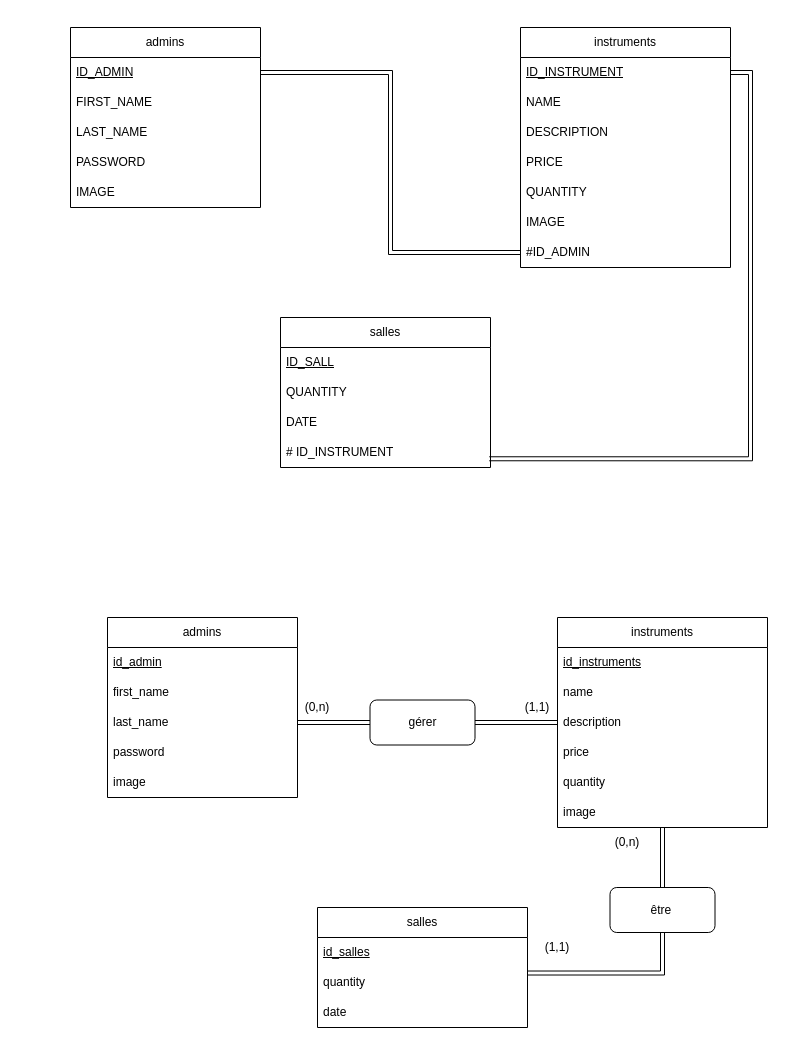
The draw.io diagram merise.drawio in ELKABLI-AMINA/music-instruments, before the edit. Source tidied: cells renumbered, new cells numbered last; positions are measured from the earlier drawing's top-left corner, leaving out a move shared by most shapes. Both pictures are drawn from the tidied source at 100%, with x=0, y=0 at pixel (70, 27).
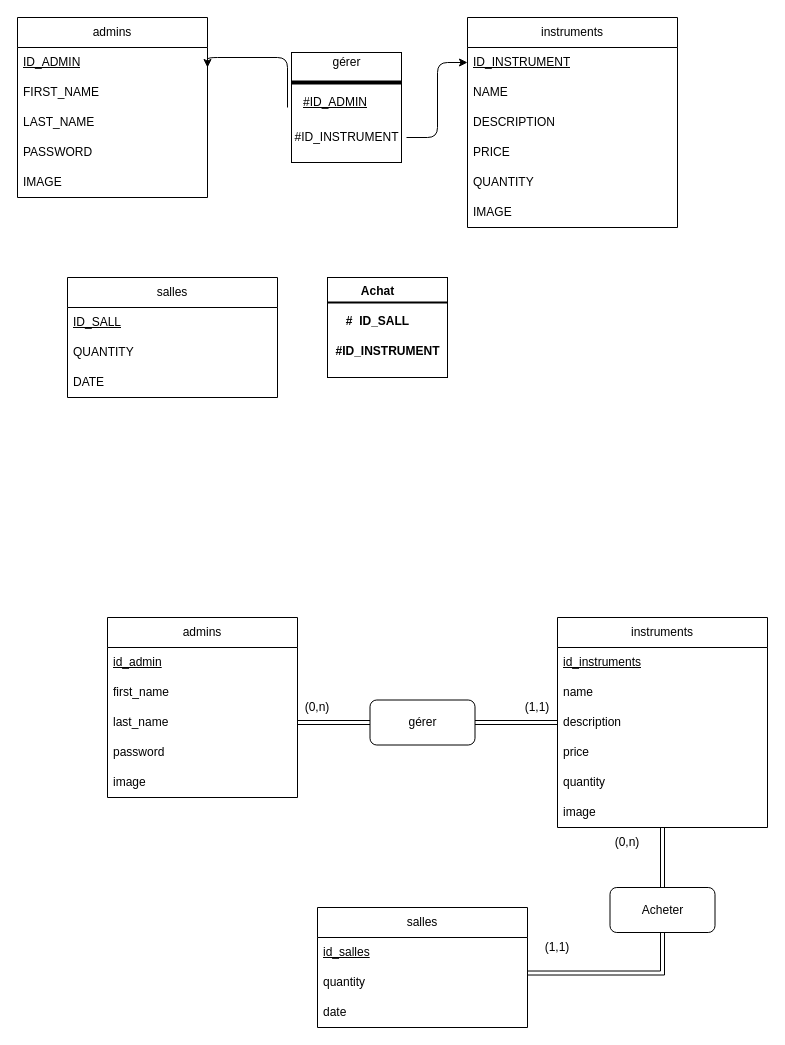
After the change.

Unchanged cells that the change refers to:
```xml
<mxCell id="2" style="group;" parent="1" vertex="1">
  <mxGeometry x="37" y="590" width="660" height="410" as="geometry" />
</mxCell>
<mxCell id="37" value="&lt;u&gt;ID_INSTRUMENT&lt;/u&gt;" style="text;strokeColor=none;fillColor=none;align=left;verticalAlign=middle;spacingLeft=4;spacingRight=4;overflow=hidden;points=[[0,0.5],[1,0.5]];portConstraint=eastwest;whiteSpace=wrap;html=1;" parent="36" vertex="1">
  <mxGeometry y="30" width="210" height="30" as="geometry" />
</mxCell>
<mxCell id="45" value="&lt;span style=&quot;text-align: center;&quot;&gt;&lt;u&gt;ID_ADMIN&lt;/u&gt;&lt;/span&gt;" style="text;strokeColor=none;fillColor=none;align=left;verticalAlign=middle;spacingLeft=4;spacingRight=4;overflow=hidden;points=[[0,0.5],[1,0.5]];portConstraint=eastwest;whiteSpace=wrap;html=1;" parent="44" vertex="1">
  <mxGeometry y="30" width="190" height="30" as="geometry" />
</mxCell>
```

The edit, as a diff of the source:
```diff
@@
-    <mxCell id="24" value="être&amp;nbsp;" style="rounded=1;whiteSpace=wrap;html=1;" parent="2" vertex="1">
+    <mxCell id="24" value="Acheter" style="rounded=1;whiteSpace=wrap;html=1;" parent="2" vertex="1">
       <mxGeometry x="502.5" y="270" width="105" height="45" as="geometry" />
     </mxCell>
@@
     <mxCell id="29" style="group;" parent="1" vertex="1">
-      <mxGeometry width="660" height="410" as="geometry" />
+      <mxGeometry x="-53" y="-10" width="660" height="410" as="geometry" />
     </mxCell>
     <mxCell id="30" value="salles" style="swimlane;fontStyle=0;horizontal=1;startSize=30;whiteSpace=wrap;html=1;" parent="29" vertex="1">
-      <mxGeometry x="210" y="290" width="210" height="150" as="geometry" />
+      <mxGeometry x="50" y="260" width="210" height="120" as="geometry" />
     </mxCell>
@@
-    <mxCell id="34" value="# ID_INSTRUMENT" style="text;strokeColor=none;fillColor=none;align=left;verticalAlign=middle;spacingLeft=4;spacingRight=4;overflow=hidden;points=[[0,0.5],[1,0.5]];portConstraint=eastwest;whiteSpace=wrap;html=1;" parent="30" vertex="1">
-      <mxGeometry y="120" width="210" height="30" as="geometry" />
-    </mxCell>
-    <mxCell id="35" style="edgeStyle=orthogonalEdgeStyle;shape=link;rounded=0;jettySize=auto;html=1;exitX=1;exitY=0.5;exitDx=0;exitDy=0;entryX=0.994;entryY=0.709;entryDx=0;entryDy=0;entryPerimeter=0;" parent="29" edge="1" source="37" target="34">
-      <mxGeometry relative="1" as="geometry" />
-    </mxCell>
     <mxCell id="36" value="instruments" style="swimlane;fontStyle=0;horizontal=1;startSize=30;whiteSpace=wrap;html=1;" parent="29" vertex="1">
-      <mxGeometry x="450" width="210" height="240" as="geometry" />
+      <mxGeometry x="450" width="210" height="210" as="geometry" />
     </mxCell>
@@
-    <mxCell id="43" value="&lt;span style=&quot;text-align: center;&quot;&gt;#ID_ADMIN&lt;/span&gt;" style="text;strokeColor=none;fillColor=none;align=left;verticalAlign=middle;spacingLeft=4;spacingRight=4;overflow=hidden;points=[[0,0.5],[1,0.5]];portConstraint=eastwest;whiteSpace=wrap;html=1;" parent="36" vertex="1">
-      <mxGeometry y="210" width="210" height="30" as="geometry" />
-    </mxCell>
@@
-    <mxCell id="50" style="edgeStyle=orthogonalEdgeStyle;shape=link;rounded=0;jettySize=auto;html=1;entryX=0;entryY=0.5;entryDx=0;entryDy=0;" parent="29" edge="1" source="45" target="43">
-      <mxGeometry relative="1" as="geometry" />
-    </mxCell>
+    <mxCell id="51" style="whiteSpace=wrap;html=1;" parent="29" vertex="1">
+      <mxGeometry x="310" y="260" width="120" height="100" as="geometry" />
+    </mxCell>
+    <mxCell id="52" style="whiteSpace=wrap;html=1;" parent="29" vertex="1">
+      <mxGeometry x="274" y="35" width="110" height="110" as="geometry" />
+    </mxCell>
+    <mxCell id="53" value="gérer" style="text;html=1;align=center;verticalAlign=middle;fillColor=none;strokeColor=none;rounded=0;" parent="29" vertex="1">
+      <mxGeometry x="309" y="35" width="40" height="20" as="geometry" />
+    </mxCell>
+    <mxCell id="54" value="#ID_INSTRUMENT" style="text;html=1;align=center;verticalAlign=middle;points=[];fillColor=none;strokeColor=none;rounded=0;" parent="29" vertex="1">
+      <mxGeometry x="269" y="110" width="120" height="20" as="geometry" />
+    </mxCell>
+    <mxCell id="43" value="&lt;span style=&quot;text-align: center&quot;&gt;&lt;u&gt;#ID_ADMIN&lt;/u&gt;&lt;/span&gt;" style="text;strokeColor=none;fillColor=none;align=left;verticalAlign=middle;spacingLeft=4;spacingRight=4;overflow=hidden;points=[[0,0.5],[1,0.5]];portConstraint=eastwest;whiteSpace=wrap;html=1;" parent="29" vertex="1">
+      <mxGeometry x="280" y="70" width="190" height="30" as="geometry" />
+    </mxCell>
+    <mxCell id="55" style="line;strokeWidth=4;html=1;perimeter=backbonePerimeter;" parent="29" vertex="1">
+      <mxGeometry x="274" y="60" width="110" height="10" as="geometry" />
+    </mxCell>
+    <mxCell id="56" style="edgeStyle=elbowEdgeStyle;elbow=horizontal;endArrow=classic;html=1;entryX=0;entryY=0.5;entryDx=0;entryDy=0;" parent="29" edge="1" source="54" target="37">
+      <mxGeometry relative="1" as="geometry" />
+    </mxCell>
+    <mxCell id="57" style="edgeStyle=elbowEdgeStyle;elbow=vertical;endArrow=classic;html=1;" parent="29" edge="1">
+      <mxGeometry relative="1" as="geometry">
+        <mxPoint x="270" y="90" as="sourcePoint" />
+        <mxPoint x="190" y="50" as="targetPoint" />
+        <Array as="points">
+          <mxPoint x="260" y="40" />
+        </Array>
+      </mxGeometry>
+    </mxCell>
+    <mxCell id="58" style="line;strokeWidth=2;html=1;" parent="29" vertex="1">
+      <mxGeometry x="310" y="280" width="120" height="10" as="geometry" />
+    </mxCell>
+    <mxCell id="59" value="&lt;font style=&quot;font-size: 12px&quot;&gt;Achat&lt;/font&gt;" style="text;strokeColor=none;fillColor=none;html=1;fontSize=24;fontStyle=1;verticalAlign=middle;align=center;" parent="29" vertex="1">
+      <mxGeometry x="310" y="250" width="100" height="40" as="geometry" />
+    </mxCell>
+    <mxCell id="34" value="&lt;font style=&quot;font-size: 12px&quot;&gt;#&lt;/font&gt;&lt;font style=&quot;font-size: 12px&quot;&gt;ID_INSTRUMENT&lt;/font&gt;" style="text;strokeColor=none;fillColor=none;html=1;fontSize=24;fontStyle=1;verticalAlign=middle;align=center;" parent="29" vertex="1">
+      <mxGeometry x="320" y="310" width="100" height="40" as="geometry" />
+    </mxCell>
+    <mxCell id="60" value="&lt;font style=&quot;font-size: 12px&quot;&gt;#&lt;/font&gt; &lt;font style=&quot;font-size: 12px&quot;&gt;ID_SALL&lt;/font&gt;" style="text;strokeColor=none;fillColor=none;html=1;fontSize=24;fontStyle=1;verticalAlign=middle;align=center;" parent="1" vertex="1">
+      <mxGeometry x="257" y="270" width="100" height="40" as="geometry" />
+    </mxCell>
```
